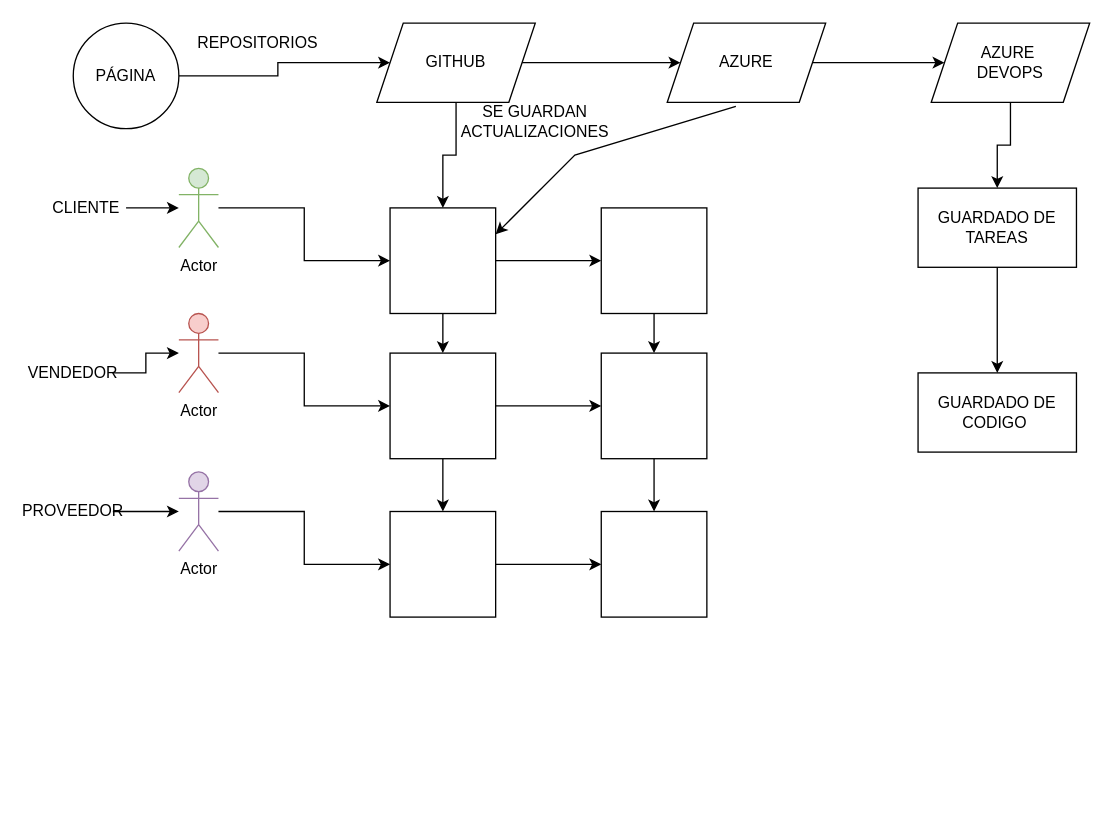
Before: Untitled Diagram.drawio in 62258553/Dise-o-de-Prueba, a draw.io diagram. Source tidied: cells renumbered, new cells numbered last; positions are measured from the earlier drawing's top-left corner, leaving out a move shared by most shapes. Both pictures are drawn from the tidied source at 132%, with x=0, y=0 at pixel (33, 22).
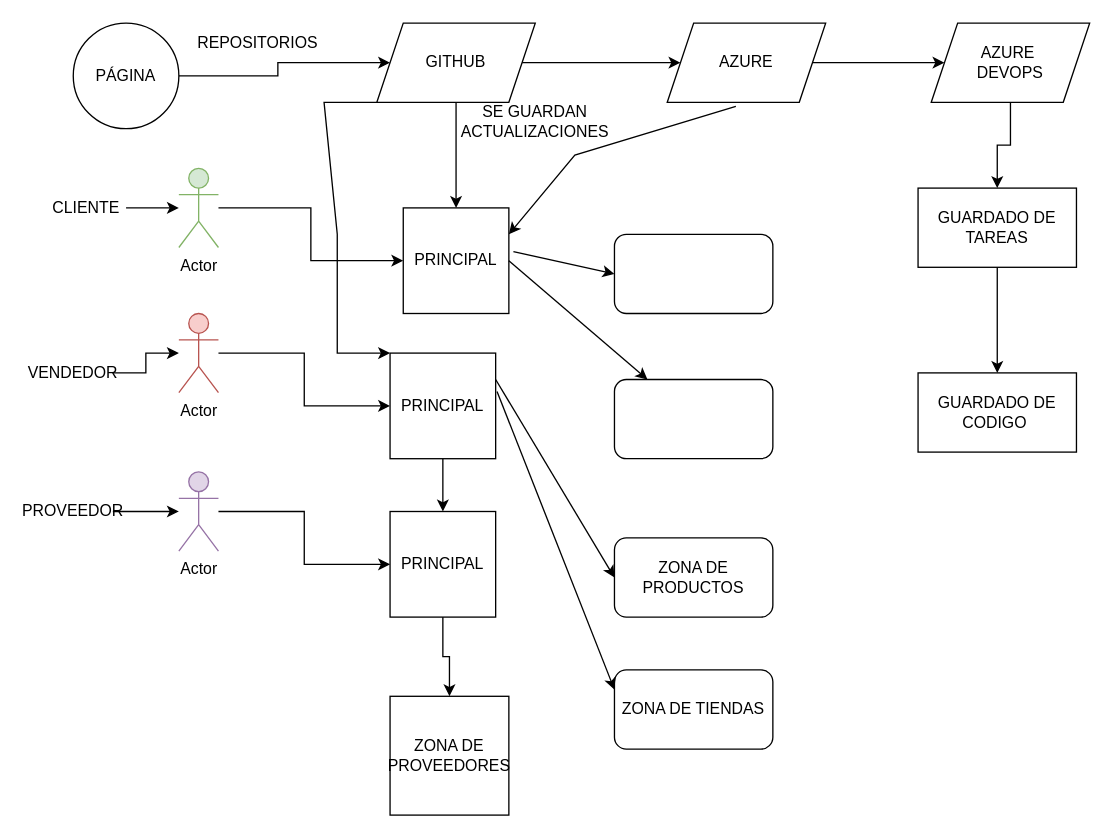
After the change.

The change refers to these unchanged cells:
```xml
<mxCell id="12" value="GITHUB" style="shape=parallelogram;perimeter=parallelogramPerimeter;whiteSpace=wrap;html=1;fixedSize=1;" parent="1" vertex="1">
  <mxGeometry x="260" width="120" height="60" as="geometry" />
</mxCell>
```

Diff of the diagram source:
```diff
@@
-    <mxCell id="21" style="edgeStyle=orthogonalEdgeStyle;rounded=0;jettySize=auto;html=1;" parent="1" edge="1" source="23" target="32">
-      <mxGeometry relative="1" as="geometry" />
-    </mxCell>
-    <mxCell id="22" style="edgeStyle=orthogonalEdgeStyle;rounded=0;jettySize=auto;html=1;" parent="1" edge="1" source="23" target="26">
-      <mxGeometry relative="1" as="geometry" />
-    </mxCell>
-    <mxCell id="23" style="whiteSpace=wrap;html=1;" parent="1" vertex="1">
-      <mxGeometry x="270" y="140" width="80" height="80" as="geometry" />
+    <mxCell id="23" value="PRINCIPAL" style="whiteSpace=wrap;html=1;" parent="1" vertex="1">
+      <mxGeometry x="280" y="140" width="80" height="80" as="geometry" />
     </mxCell>
@@
-    <mxCell id="25" style="edgeStyle=orthogonalEdgeStyle;rounded=0;jettySize=auto;html=1;" parent="1" edge="1" source="26" target="34">
-      <mxGeometry relative="1" as="geometry" />
-    </mxCell>
-    <mxCell id="26" style="whiteSpace=wrap;html=1;" parent="1" vertex="1">
+    <mxCell id="26" value="PRINCIPAL" style="whiteSpace=wrap;html=1;" parent="1" vertex="1">
       <mxGeometry x="270" y="250" width="80" height="80" as="geometry" />
     </mxCell>
@@
-    <mxCell id="28" style="whiteSpace=wrap;html=1;" parent="1" vertex="1">
+    <mxCell id="28" value="PRINCIPAL" style="whiteSpace=wrap;html=1;" parent="1" vertex="1">
       <mxGeometry x="270" y="370" width="80" height="80" as="geometry" />
     </mxCell>
@@
-    <mxCell id="31" style="edgeStyle=orthogonalEdgeStyle;rounded=0;jettySize=auto;html=1;" parent="1" edge="1" source="32" target="34">
-      <mxGeometry relative="1" as="geometry" />
-    </mxCell>
-    <mxCell id="32" style="whiteSpace=wrap;html=1;" parent="1" vertex="1">
-      <mxGeometry x="430" y="140" width="80" height="80" as="geometry" />
-    </mxCell>
-    <mxCell id="33" style="edgeStyle=orthogonalEdgeStyle;rounded=0;jettySize=auto;html=1;" parent="1" edge="1" source="34" target="35">
-      <mxGeometry relative="1" as="geometry" />
-    </mxCell>
-    <mxCell id="34" style="whiteSpace=wrap;html=1;" parent="1" vertex="1">
-      <mxGeometry x="430" y="250" width="80" height="80" as="geometry" />
-    </mxCell>
-    <mxCell id="35" style="whiteSpace=wrap;html=1;" parent="1" vertex="1">
-      <mxGeometry x="430" y="370" width="80" height="80" as="geometry" />
+    <mxCell id="35" value="ZONA DE PROVEEDORES" style="whiteSpace=wrap;html=1;" parent="1" vertex="1">
+      <mxGeometry x="270" y="510" width="90" height="90" as="geometry" />
     </mxCell>
@@
+    <mxCell id="42" style="rounded=1;whiteSpace=wrap;html=1;" parent="1" vertex="1">
+      <mxGeometry x="440" y="160" width="120" height="60" as="geometry" />
+    </mxCell>
+    <mxCell id="43" style="rounded=1;whiteSpace=wrap;html=1;" parent="1" vertex="1">
+      <mxGeometry x="440" y="270" width="120" height="60" as="geometry" />
+    </mxCell>
+    <mxCell id="44" value="ZONA DE PRODUCTOS" style="rounded=1;whiteSpace=wrap;html=1;" parent="1" vertex="1">
+      <mxGeometry x="440" y="390" width="120" height="60" as="geometry" />
+    </mxCell>
+    <mxCell id="45" value="ZONA DE TIENDAS" style="rounded=1;whiteSpace=wrap;html=1;" parent="1" vertex="1">
+      <mxGeometry x="440" y="490" width="120" height="60" as="geometry" />
+    </mxCell>
+    <mxCell id="46" style="endArrow=classic;html=1;rounded=0;entryX=0;entryY=0.5;entryDx=0;entryDy=0;exitX=1.043;exitY=0.414;exitDx=0;exitDy=0;exitPerimeter=0;" parent="1" edge="1" source="23" target="42">
+      <mxGeometry relative="1" as="geometry" />
+    </mxCell>
+    <mxCell id="47" style="endArrow=classic;html=1;rounded=0;exitX=1;exitY=0.5;exitDx=0;exitDy=0;" parent="1" edge="1" source="23" target="43">
+      <mxGeometry relative="1" as="geometry" />
+    </mxCell>
+    <mxCell id="48" style="endArrow=classic;html=1;rounded=0;entryX=0;entryY=0.5;entryDx=0;entryDy=0;exitX=1;exitY=0.25;exitDx=0;exitDy=0;" parent="1" edge="1" source="26" target="44">
+      <mxGeometry relative="1" as="geometry" />
+    </mxCell>
+    <mxCell id="49" style="endArrow=classic;html=1;rounded=0;entryX=0;entryY=0.25;entryDx=0;entryDy=0;exitX=1.013;exitY=0.363;exitDx=0;exitDy=0;exitPerimeter=0;" parent="1" edge="1" source="26" target="45">
+      <mxGeometry relative="1" as="geometry" />
+    </mxCell>
+    <mxCell id="50" style="endArrow=classic;html=1;rounded=0;entryX=0;entryY=0;entryDx=0;entryDy=0;exitX=0;exitY=1;exitDx=0;exitDy=0;" parent="1" edge="1" source="12" target="26">
+      <mxGeometry relative="1" as="geometry">
+        <Array as="points">
+          <mxPoint x="220" y="60" />
+          <mxPoint x="230" y="160" />
+          <mxPoint x="230" y="250" />
+        </Array>
+      </mxGeometry>
+    </mxCell>
```
